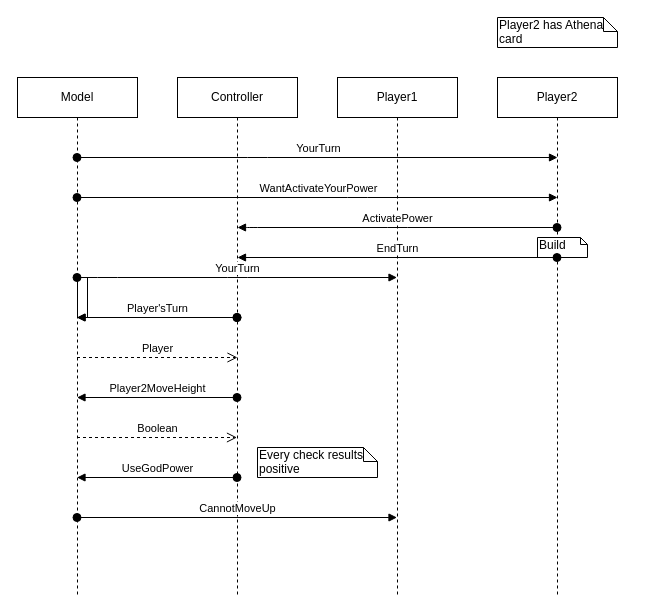
Earlier version of the draw.io diagram page "Case_Athena" (4 of 11) of UML/newUML.drawio (matteovisotto/ing-sw-2020-Siriani-Stucchi-Visotto). Source tidied: cells renumbered, new cells numbered last; positions are measured from the earlier drawing's top-left corner, leaving out a move shared by most shapes. Both pictures are drawn from the tidied source at 100%, with x=0, y=0 at pixel (17, 17).
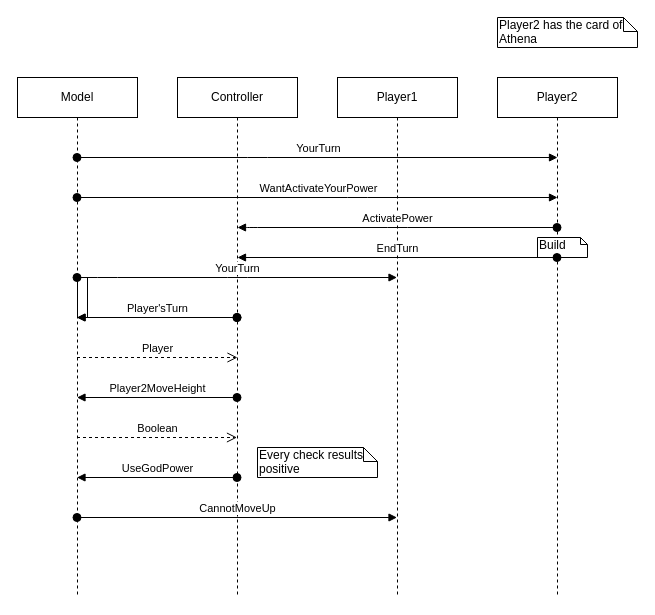
After the change.

Diff of the diagram source:
```diff
@@
-    <mxCell id="8" value="Player2 has Athena card" style="shape=note;whiteSpace=wrap;html=1;size=14;verticalAlign=top;align=left;spacingTop=-6;" parent="1" vertex="1">
-      <mxGeometry x="480" width="120" height="30" as="geometry" />
+    <mxCell id="8" value="Player2 has the card of Athena" style="shape=note;whiteSpace=wrap;html=1;size=14;verticalAlign=top;align=left;spacingTop=-6;" parent="1" vertex="1">
+      <mxGeometry x="480" width="140" height="30" as="geometry" />
     </mxCell>
```
